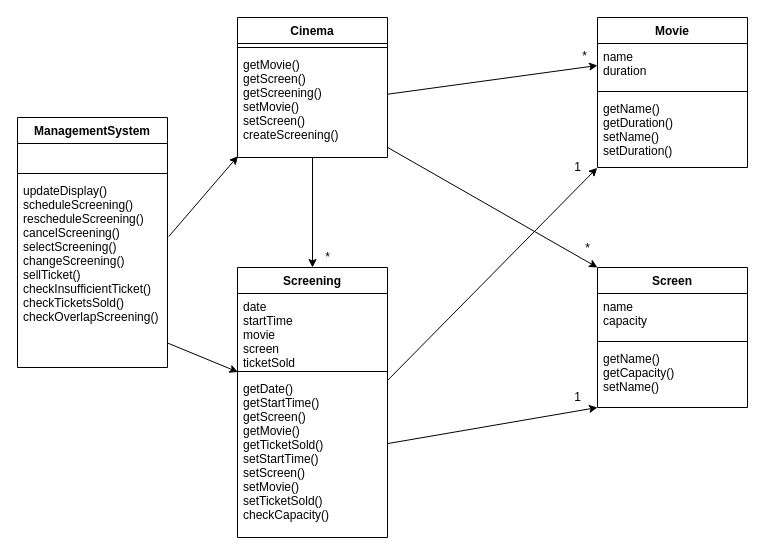
This is Analysis/Sequency Diagram/ClassDiagram.drawio from echo-cool/COMP3013J-Object-Oriented-Design-Cinema-Management-and-Booking-System, a draw.io file, before an edit. Source tidied: cells renumbered, new cells numbered last; positions are measured from the earlier drawing's top-left corner, leaving out a move shared by most shapes. Both pictures are drawn from the tidied source at 100%, with x=0, y=0 at pixel (17, 17).
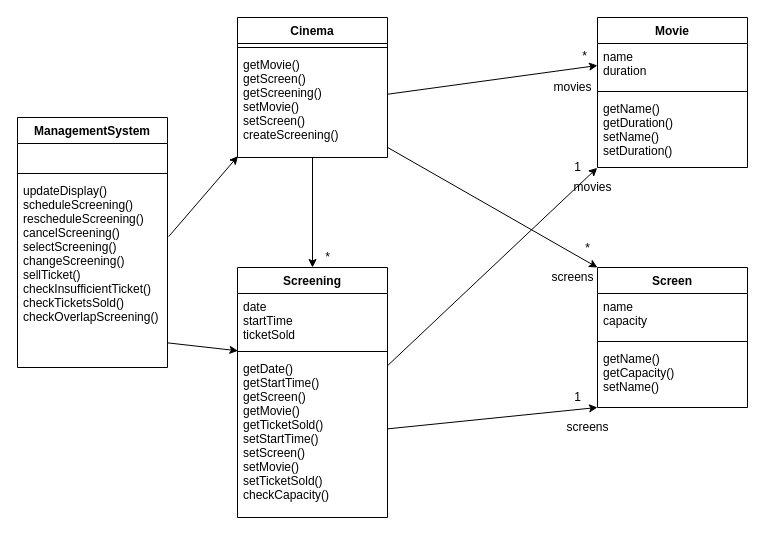
After the change.

The edit, as a diff of the source:
```diff
@@
     <mxCell id="6" value="Screening" style="swimlane;fontStyle=1;align=center;verticalAlign=top;horizontal=1;startSize=26;" parent="1" vertex="1">
-      <mxGeometry x="220" y="250" width="150" height="270" as="geometry" />
+      <mxGeometry x="220" y="250" width="150" height="250" as="geometry" />
     </mxCell>
-    <mxCell id="7" value="date&#10;startTime&#10;movie&#10;screen&#10;ticketSold" style="text;strokeColor=none;fillColor=none;align=left;verticalAlign=top;spacingLeft=4;spacingRight=4;overflow=hidden;points=[[0,0.5],[1,0.5]];portConstraint=eastwest;" parent="6" vertex="1">
-      <mxGeometry y="26" width="150" height="74" as="geometry" />
+    <mxCell id="7" value="date&#10;startTime&#10;ticketSold" style="text;strokeColor=none;fillColor=none;align=left;verticalAlign=top;spacingLeft=4;spacingRight=4;overflow=hidden;points=[[0,0.5],[1,0.5]];portConstraint=eastwest;" parent="6" vertex="1">
+      <mxGeometry y="26" width="150" height="54" as="geometry" />
     </mxCell>
     <mxCell id="8" style="line;strokeWidth=1;fillColor=none;align=left;verticalAlign=middle;spacingTop=-1;spacingLeft=3;spacingRight=3;labelPosition=right;" parent="6" vertex="1">
-      <mxGeometry y="100" width="150" height="8" as="geometry" />
+      <mxGeometry y="80" width="150" height="8" as="geometry" />
     </mxCell>
     <mxCell id="9" value="getDate()&#10;getStartTime()&#10;getScreen()&#10;getMovie()&#10;getTicketSold()&#10;setStartTime()&#10;setScreen()&#10;setMovie()&#10;setTicketSold()&#10;checkCapacity()" style="text;strokeColor=none;fillColor=none;align=left;verticalAlign=top;spacingLeft=4;spacingRight=4;overflow=hidden;points=[[0,0.5],[1,0.5]];portConstraint=eastwest;" parent="6" vertex="1">
-      <mxGeometry y="108" width="150" height="162" as="geometry" />
+      <mxGeometry y="88" width="150" height="162" as="geometry" />
     </mxCell>
@@
+    <mxCell id="33" value="movies" style="text;html=1;align=center;verticalAlign=middle;strokeColor=none;fillColor=none;" parent="1" vertex="1">
+      <mxGeometry x="550" y="160" width="50" height="20" as="geometry" />
+    </mxCell>
+    <mxCell id="34" value="movies" style="text;html=1;align=center;verticalAlign=middle;strokeColor=none;fillColor=none;" parent="1" vertex="1">
+      <mxGeometry x="530" y="60" width="50" height="20" as="geometry" />
+    </mxCell>
+    <mxCell id="35" value="screens" style="text;html=1;align=center;verticalAlign=middle;strokeColor=none;fillColor=none;" parent="1" vertex="1">
+      <mxGeometry x="540" y="400" width="60" height="20" as="geometry" />
+    </mxCell>
+    <mxCell id="36" value="screens" style="text;html=1;align=center;verticalAlign=middle;strokeColor=none;fillColor=none;" parent="1" vertex="1">
+      <mxGeometry x="525" y="250" width="60" height="20" as="geometry" />
+    </mxCell>
```
